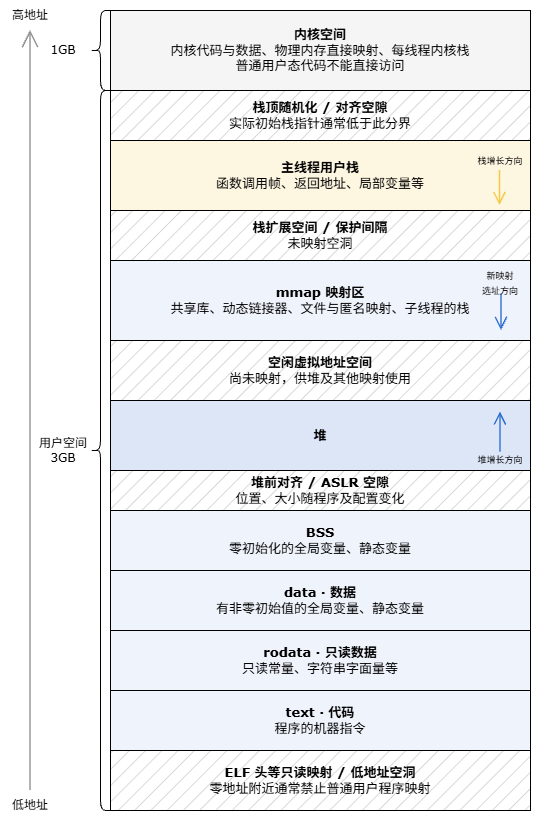
Above: os/32位Linux进程虚拟地址空间布局.drawio.png in oHo404/imgrepo (draw.io), before the change. Source tidied: cells renumbered, new cells last; positions are measured from the earlier drawing's top-left corner, leaving out a move shared by most shapes.
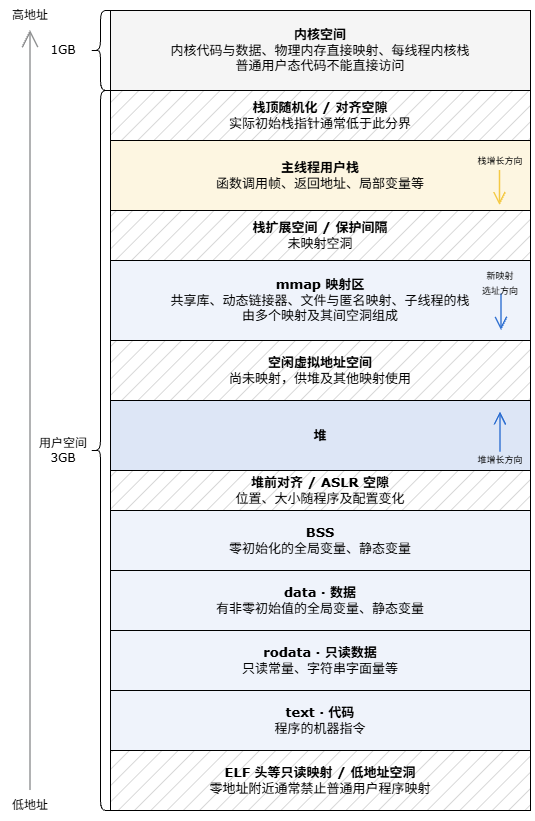
Later version of the same file.

Commit message:
更新32位Linux进程虚拟地址空间布局.drawio.png

Change to the diagram source:
```diff
@@ -29,7 +29,7 @@
     <mxCell id="10" value="&lt;font face=&quot;Verdana&quot; style=&quot;font-size: 13px;&quot;&gt;&lt;b&gt;空闲虚拟地址空间&lt;/b&gt;&lt;/font&gt;&lt;div&gt;&lt;font face=&quot;Verdana&quot; style=&quot;font-size: 13px;&quot;&gt;尚未映射，供堆及其他映射使用&lt;/font&gt;&lt;/div&gt;" style="rounded=0;whiteSpace=wrap;html=1;fillStyle=hatch;fillColor=#CCCCCC;strokeWidth=1;gradientColor=none;" parent="1" vertex="1">
       <mxGeometry x="110" y="340" width="420" height="60" as="geometry" />
     </mxCell>
-    <mxCell id="11" value="&lt;b&gt;&lt;font style=&quot;font-size: 13px;&quot; face=&quot;Verdana&quot;&gt;mmap 映射区&lt;/font&gt;&lt;/b&gt;&lt;div&gt;&lt;font style=&quot;&quot; face=&quot;Verdana&quot;&gt;&lt;span style=&quot;font-size: 13px;&quot;&gt;共享库、动态链接器、文件与匿名映射、子线程的栈&lt;/span&gt;&lt;/font&gt;&lt;/div&gt;" style="rounded=0;whiteSpace=wrap;html=1;fillColor=#EFF3FB;" parent="1" vertex="1">
+    <mxCell id="11" value="&lt;b&gt;&lt;font style=&quot;font-size: 13px;&quot; face=&quot;Verdana&quot;&gt;mmap 映射区&lt;/font&gt;&lt;/b&gt;&lt;div&gt;&lt;font style=&quot;&quot; face=&quot;Verdana&quot;&gt;&lt;span style=&quot;font-size: 13px;&quot;&gt;共享库、动态链接器、文件与匿名映射、子线程的栈&lt;/span&gt;&lt;/font&gt;&lt;/div&gt;&lt;div&gt;&lt;font style=&quot;&quot; face=&quot;Verdana&quot;&gt;&lt;span style=&quot;font-size: 13px;&quot;&gt;由多个映射及其间空洞组成&lt;/span&gt;&lt;/font&gt;&lt;/div&gt;" style="rounded=0;whiteSpace=wrap;html=1;fillColor=#EFF3FB;" parent="1" vertex="1">
       <mxGeometry x="110" y="260" width="420" height="80" as="geometry" />
     </mxCell>
     <mxCell id="12" value="&lt;font style=&quot;font-size: 13px;&quot; face=&quot;Verdana&quot;&gt;&lt;b&gt;栈扩展空间 / 保护间隔&lt;/b&gt;&lt;/font&gt;&lt;div&gt;&lt;font style=&quot;font-size: 13px;&quot; face=&quot;Verdana&quot;&gt;未映射空洞&lt;/font&gt;&lt;/div&gt;" style="rounded=0;whiteSpace=wrap;html=1;fillStyle=hatch;fillColor=#CCCCCC;" parent="1" vertex="1">
```
